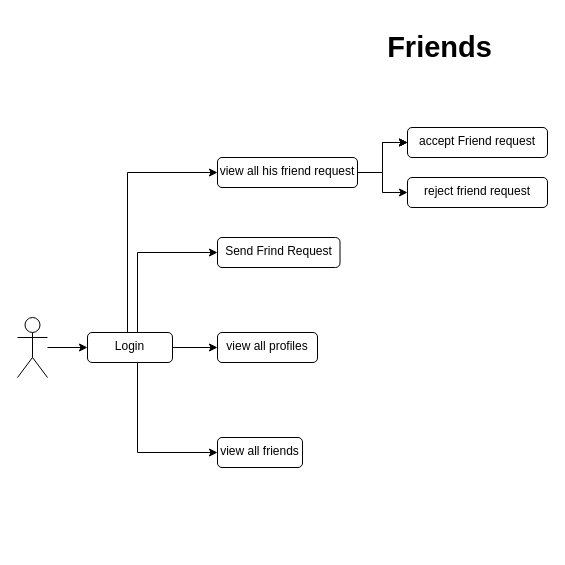
The draw.io diagram page "friends" (2 of 2) of docs/digrams/chat/chat flow dhart.drawio in Mo-Helmy/SocialNetwork_ASP.NETCore_GraphQL, before the edit. Source tidied: cells renumbered, new cells numbered last; positions are measured from the earlier drawing's top-left corner, leaving out a move shared by most shapes. Both pictures are drawn from the tidied source at 100%, with x=0, y=0 at pixel (17, 17).
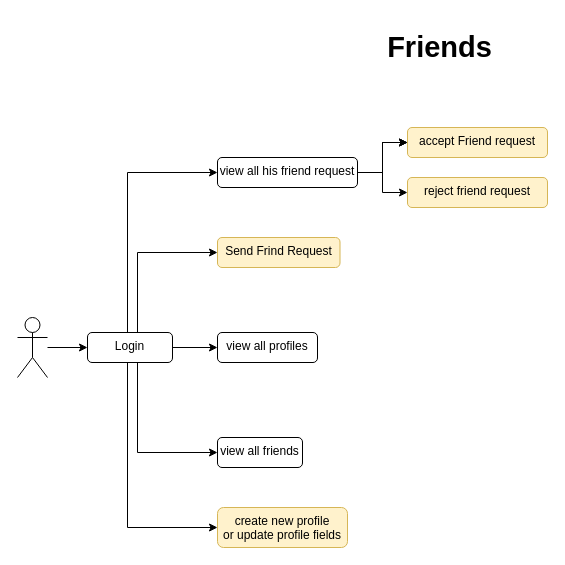
Above is the later version.

What changed in the source:
```diff
@@
+    <mxCell id="20" style="edgeStyle=orthogonalEdgeStyle;rounded=0;jettySize=auto;html=1;entryX=0;entryY=0.5;entryDx=0;entryDy=0;" parent="1" edge="1" target="21">
+      <mxGeometry relative="1" as="geometry">
+        <mxPoint x="110" y="345" as="sourcePoint" />
+        <Array as="points">
+          <mxPoint x="110" y="510" />
+        </Array>
+      </mxGeometry>
+    </mxCell>
@@
-    <mxCell id="9" value="Send Frind Request" style="rounded=1;whiteSpace=wrap;html=1;verticalAlign=top;" parent="1" vertex="1">
+    <mxCell id="9" value="Send Frind Request" style="rounded=1;whiteSpace=wrap;html=1;verticalAlign=top;fillColor=#fff2cc;strokeColor=#d6b656;" parent="1" vertex="1">
       <mxGeometry x="200" y="220" width="122.5" height="30" as="geometry" />
     </mxCell>
@@
-    <mxCell id="16" value="accept Friend request" style="rounded=1;whiteSpace=wrap;html=1;verticalAlign=top;glass=0;noLabel=0;comic=0;" parent="1" vertex="1">
+    <mxCell id="16" value="accept Friend request" style="rounded=1;whiteSpace=wrap;html=1;verticalAlign=top;glass=0;noLabel=0;comic=0;fillColor=#fff2cc;strokeColor=#d6b656;" parent="1" vertex="1">
       <mxGeometry x="390" y="110" width="140" height="30" as="geometry" />
     </mxCell>
-    <mxCell id="17" value="reject friend request" style="rounded=1;whiteSpace=wrap;html=1;verticalAlign=top;" parent="1" vertex="1">
+    <mxCell id="17" value="reject friend request" style="rounded=1;whiteSpace=wrap;html=1;verticalAlign=top;fillColor=#fff2cc;strokeColor=#d6b656;" parent="1" vertex="1">
       <mxGeometry x="390" y="160" width="140" height="30" as="geometry" />
     </mxCell>
@@
+    <mxCell id="21" value="create new profile&lt;br&gt;or update profile fields" style="rounded=1;whiteSpace=wrap;html=1;verticalAlign=top;fillColor=#fff2cc;strokeColor=#d6b656;" parent="1" vertex="1">
+      <mxGeometry x="200" y="490" width="130" height="40" as="geometry" />
+    </mxCell>
```
